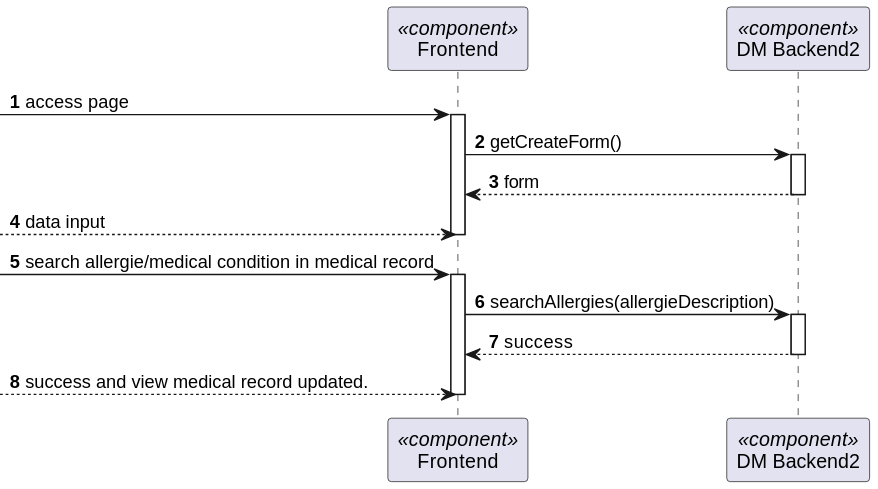
The PlantUML diagram docs/BackofficeModule/7.2.7/sequence-diagram-2.svg in Ana-Miguel-Silva/SurgicalAppointmentAndResourceManagement, before a commit. The source it was exported from:
```plantuml
@startuml
skinparam packageStyle rectangle
skinparam shadowing false

autonumber

participant "Frontend" as FE <<component>>
participant "DM Backend2" as BE <<component>>



 -> FE: access page
activate FE
FE -> BE: getCreateForm()
activate BE
BE --> FE: form
deactivate BE
--> FE : data input
deactivate FE
 -> FE : search allergie/medical condition in medical record
activate FE
FE -> BE : searchAllergies(allergieDescription)
activate BE
BE --> FE: success
deactivate BE
--> FE: success and view medical record updated.
deactivate FE
@enduml
```
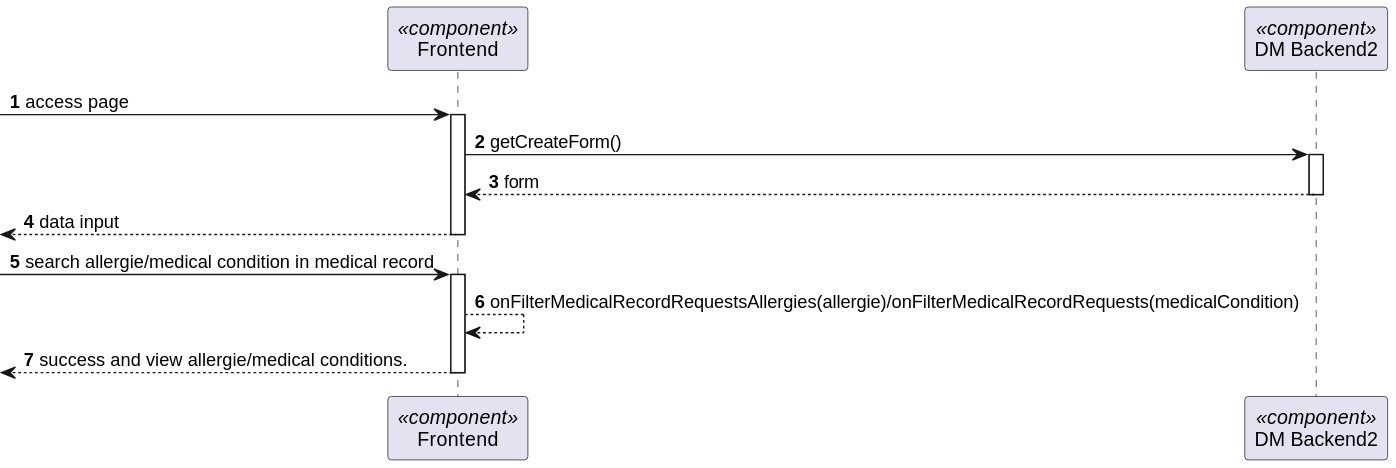
After the commit.

What changed in the source:
```diff
@@ -15,14 +15,12 @@
 activate BE
 BE --> FE: form
 deactivate BE
---> FE : data input
+<-- FE : data input
 deactivate FE
  -> FE : search allergie/medical condition in medical record
 activate FE
-FE -> BE : searchAllergies(allergieDescription)
-activate BE
-BE --> FE: success
-deactivate BE
---> FE: success and view medical record updated.
+FE --> FE :  onFilterMedicalRecordRequestsAllergies(allergie)/onFilterMedicalRecordRequests(medicalCondition)
+
+<-- FE: success and view allergie/medical conditions.
 deactivate FE
 @enduml
```
